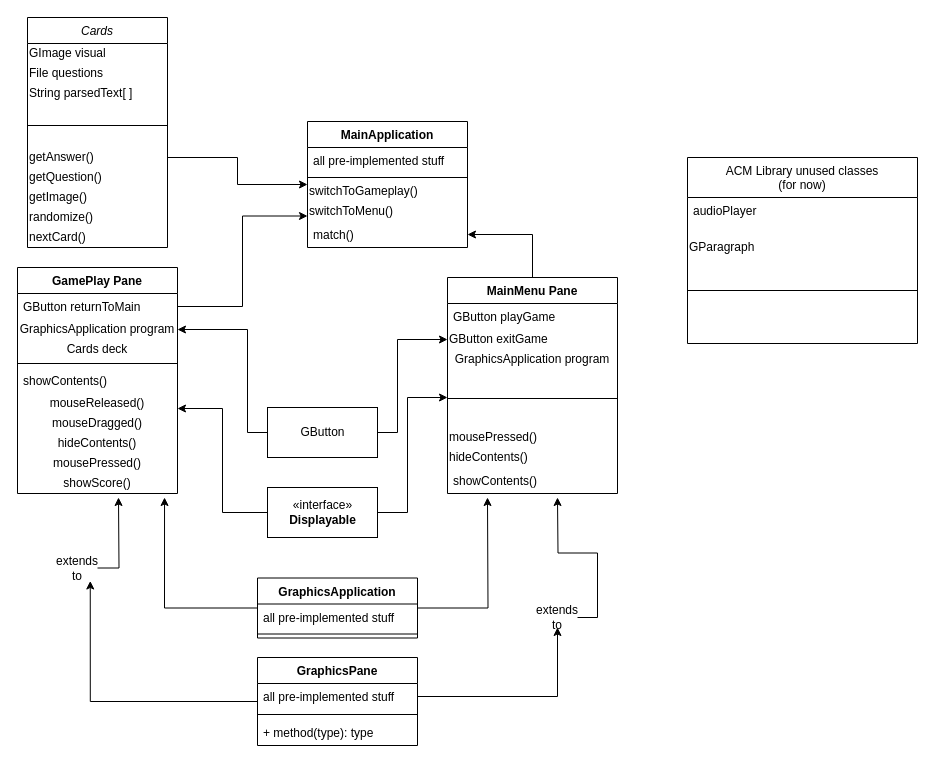
Prot0ast/Repository-Name keeps this draw.io diagram as Untitled Diagram.drawio. Above is the earlier version. Source tidied: cells renumbered, new cells numbered last; positions are measured from the earlier drawing's top-left corner, leaving out a move shared by most shapes. Both pictures are drawn from the tidied source at 100%, with x=0, y=0 at pixel (17, 17).
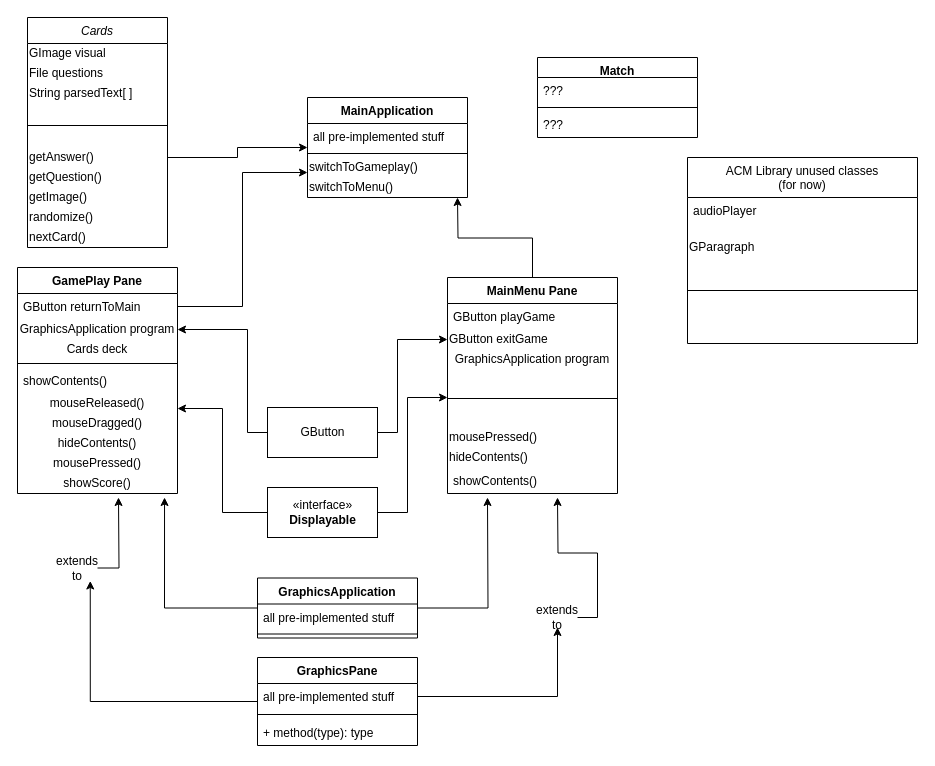
The same page after the edit.

The change refers to these unchanged cells:
```xml
<mxCell id="17" value="MainMenu Pane" style="swimlane;fontStyle=1;align=center;verticalAlign=top;horizontal=1;startSize=26;" parent="1" vertex="1">
  <mxGeometry x="430" y="260" width="170" height="216" as="geometry" />
</mxCell>
```

Change to the diagram source:
```diff
@@
-    <mxCell id="16" style="edgeStyle=orthogonalEdgeStyle;rounded=0;jettySize=auto;html=1;entryX=1;entryY=0.5;entryDx=0;entryDy=0;" parent="1" edge="1" source="17" target="41">
-      <mxGeometry relative="1" as="geometry" />
+    <mxCell id="16" style="edgeStyle=orthogonalEdgeStyle;rounded=0;jettySize=auto;html=1;" parent="1" edge="1" source="17">
+      <mxGeometry relative="1" as="geometry">
+        <mxPoint x="440" y="180" as="targetPoint" />
+      </mxGeometry>
     </mxCell>
@@
     <mxCell id="36" value="MainApplication" style="swimlane;fontStyle=1;align=center;verticalAlign=top;horizontal=1;startSize=26;" parent="1" vertex="1">
-      <mxGeometry x="290" y="104" width="160" height="126" as="geometry" />
+      <mxGeometry x="290" y="80" width="160" height="100" as="geometry" />
     </mxCell>
@@
-    <mxCell id="41" value="match()" style="text;strokeColor=none;fillColor=none;align=left;verticalAlign=top;spacingLeft=4;spacingRight=4;overflow=hidden;points=[[0,0.5],[1,0.5]];portConstraint=eastwest;" parent="36" vertex="1">
-      <mxGeometry y="100" width="160" height="26" as="geometry" />
-    </mxCell>
@@
+    <mxCell id="65" value="Match" style="swimlane;fontStyle=1;align=center;verticalAlign=top;horizontal=1;startSize=20;" parent="1" vertex="1">
+      <mxGeometry x="520" y="40" width="160" height="80" as="geometry" />
+    </mxCell>
+    <mxCell id="66" value="???" style="text;strokeColor=none;fillColor=none;align=left;verticalAlign=top;spacingLeft=4;spacingRight=4;overflow=hidden;" parent="65" vertex="1">
+      <mxGeometry y="20" width="160" height="26" as="geometry" />
+    </mxCell>
+    <mxCell id="67" style="line;strokeWidth=1;fillColor=none;align=left;verticalAlign=middle;spacingTop=-1;spacingLeft=3;spacingRight=3;labelPosition=right;" parent="65" vertex="1">
+      <mxGeometry y="46" width="160" height="8" as="geometry" />
+    </mxCell>
+    <mxCell id="68" value="???" style="text;strokeColor=none;fillColor=none;align=left;verticalAlign=top;spacingLeft=4;spacingRight=4;overflow=hidden;" parent="65" vertex="1">
+      <mxGeometry y="54" width="160" height="26" as="geometry" />
+    </mxCell>
```
